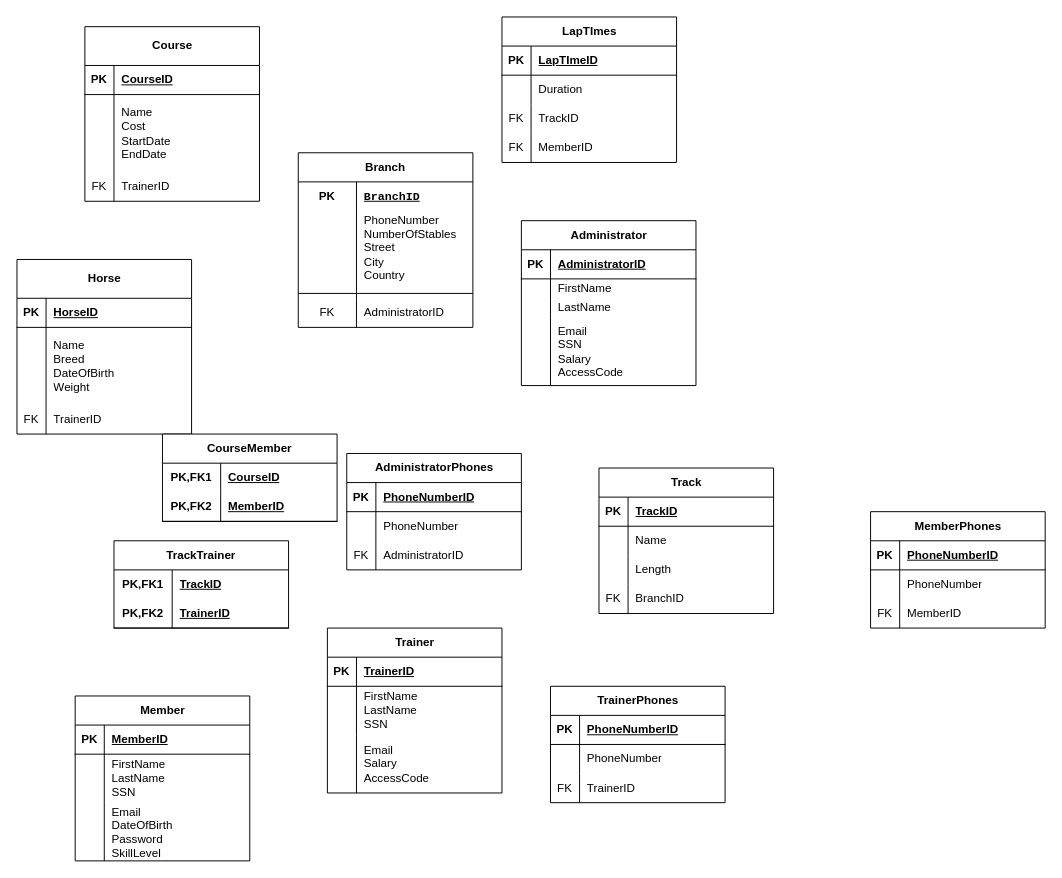
The draw.io diagram Untitled Diagram.drawio in obreinx/JAYA, before the edit. Source tidied: cells renumbered, new cells numbered last; positions are measured from the earlier drawing's top-left corner, leaving out a move shared by most shapes. Both pictures are drawn from the tidied source at 97%, with x=0, y=0 at pixel (16, 16).
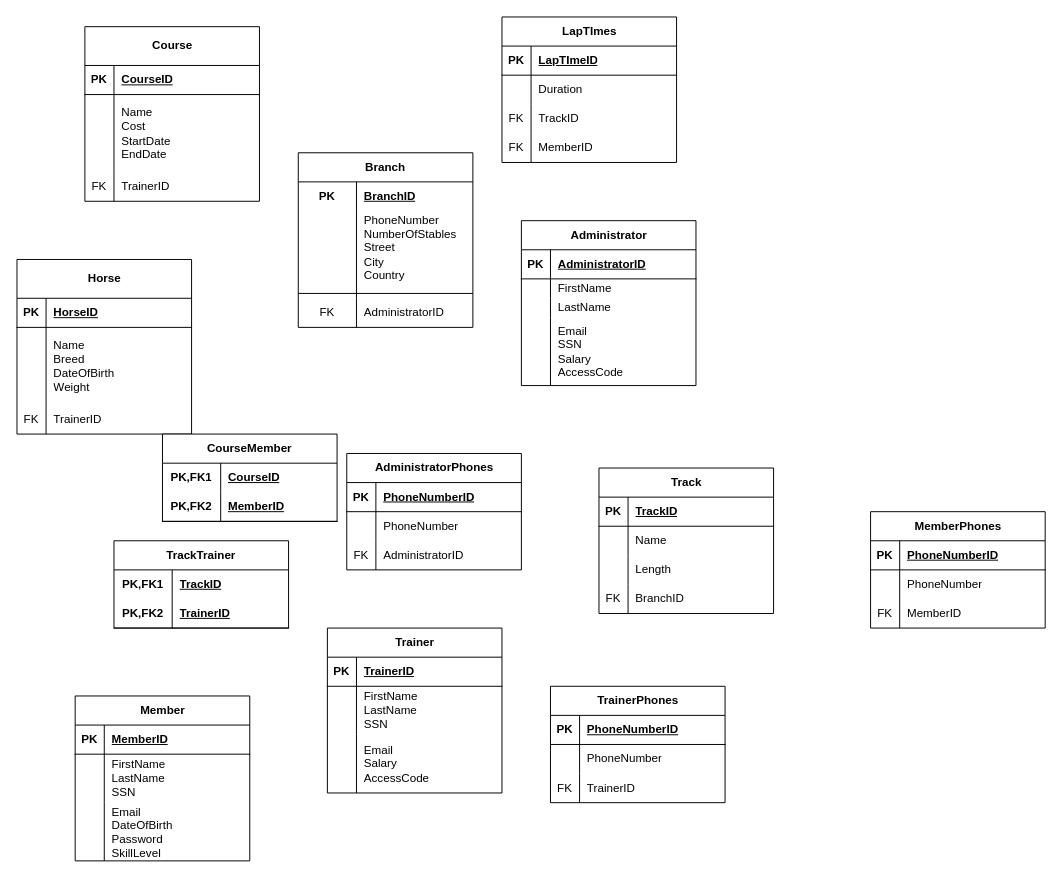
The same page after the edit.

The change refers to these unchanged cells:
```xml
<mxCell id="3" style="shape=tableRow;horizontal=0;startSize=0;swimlaneHead=0;swimlaneBody=0;fillColor=none;top=0;left=0;right=0;bottom=0;html=1;" parent="2" vertex="1">
  <mxGeometry y="30" width="180" height="30" as="geometry" />
</mxCell>
```

Diff of the diagram source:
```diff
@@
-    <mxCell id="5" value="&lt;font face=&quot;Helvetica&quot;&gt;&lt;code&gt;BranchID&lt;/code&gt;&lt;/font&gt;" style="shape=partialRectangle;fillColor=none;top=0;left=0;bottom=0;right=0;align=left;spacingLeft=6;fontStyle=5;overflow=hidden;html=1;whiteSpace=wrap;" parent="3" vertex="1">
+    <mxCell id="5" value="&lt;code&gt;&lt;font face=&quot;Helvetica&quot;&gt;BranchID&lt;br&gt;&lt;/font&gt;&lt;/code&gt;" style="shape=partialRectangle;fillColor=none;top=0;left=0;bottom=0;right=0;align=left;spacingLeft=6;fontStyle=5;overflow=hidden;html=1;whiteSpace=wrap;" parent="3" vertex="1">
       <mxGeometry x="60" width="120" height="30" as="geometry" />
     </mxCell>
```
